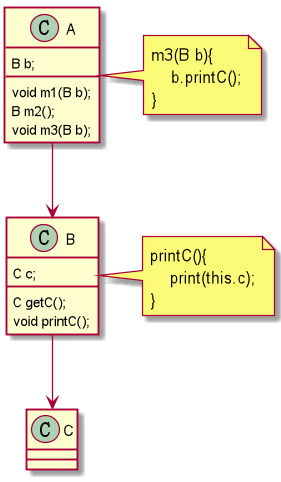
Drintau/StudyRepository keeps this PlantUML diagram as doc/images/LOD2.png. Above is the earlier version. Its source is kept beside it as doc/UML/LOD2.puml.
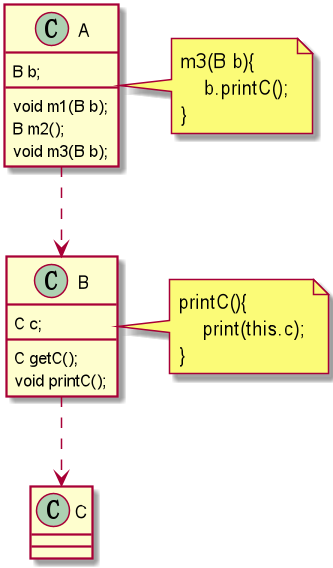
After the commit.

Diff of the diagram source:
```diff
@@ -24,7 +24,7 @@
 class C{
 }
 
-A --> B
-B --> C
+A ..> B
+B ..> C
 
 @enduml
```
